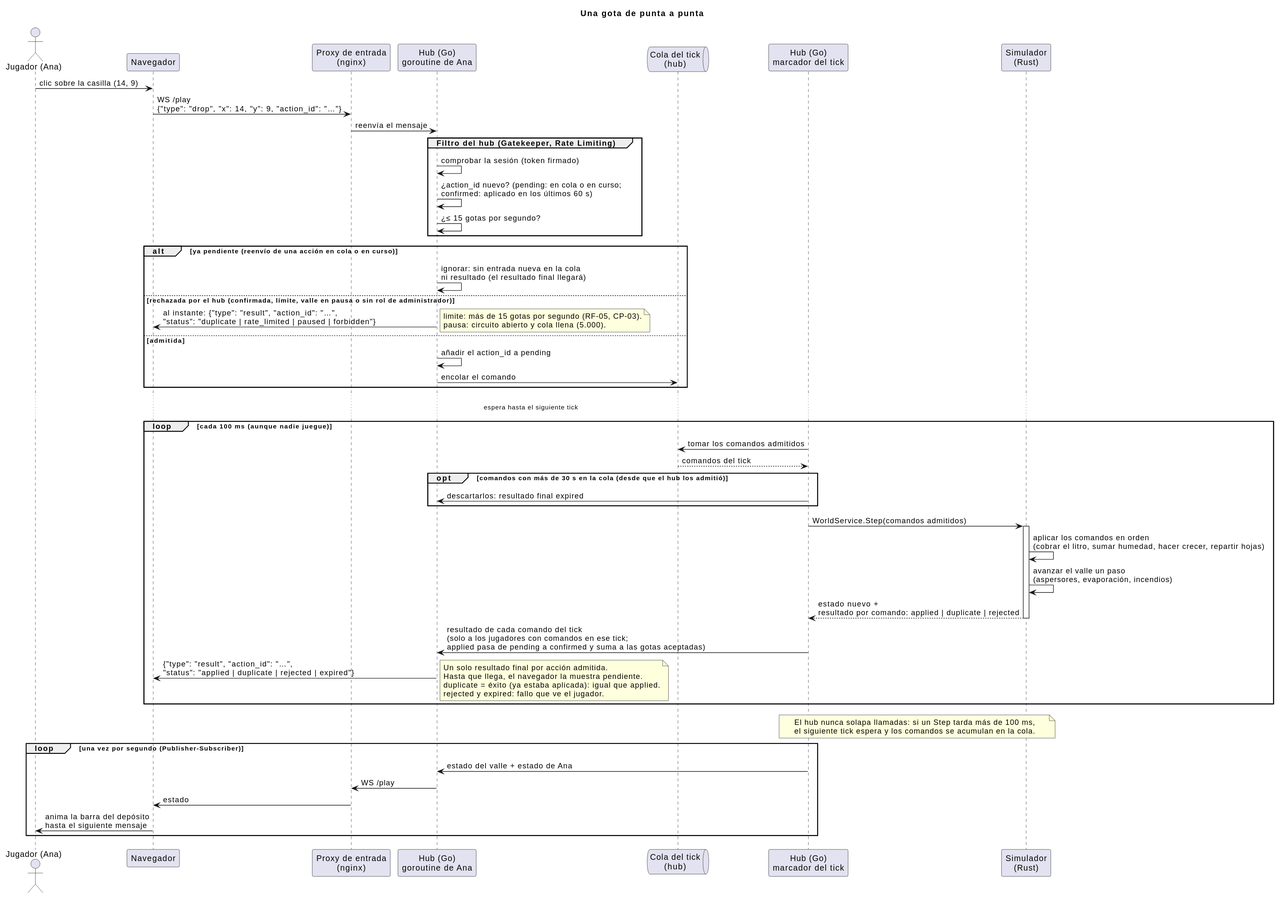
The PlantUML diagram docs/diagrams/03-secuencia-gota.svg in iadev2005/hydrovalley, before a commit.
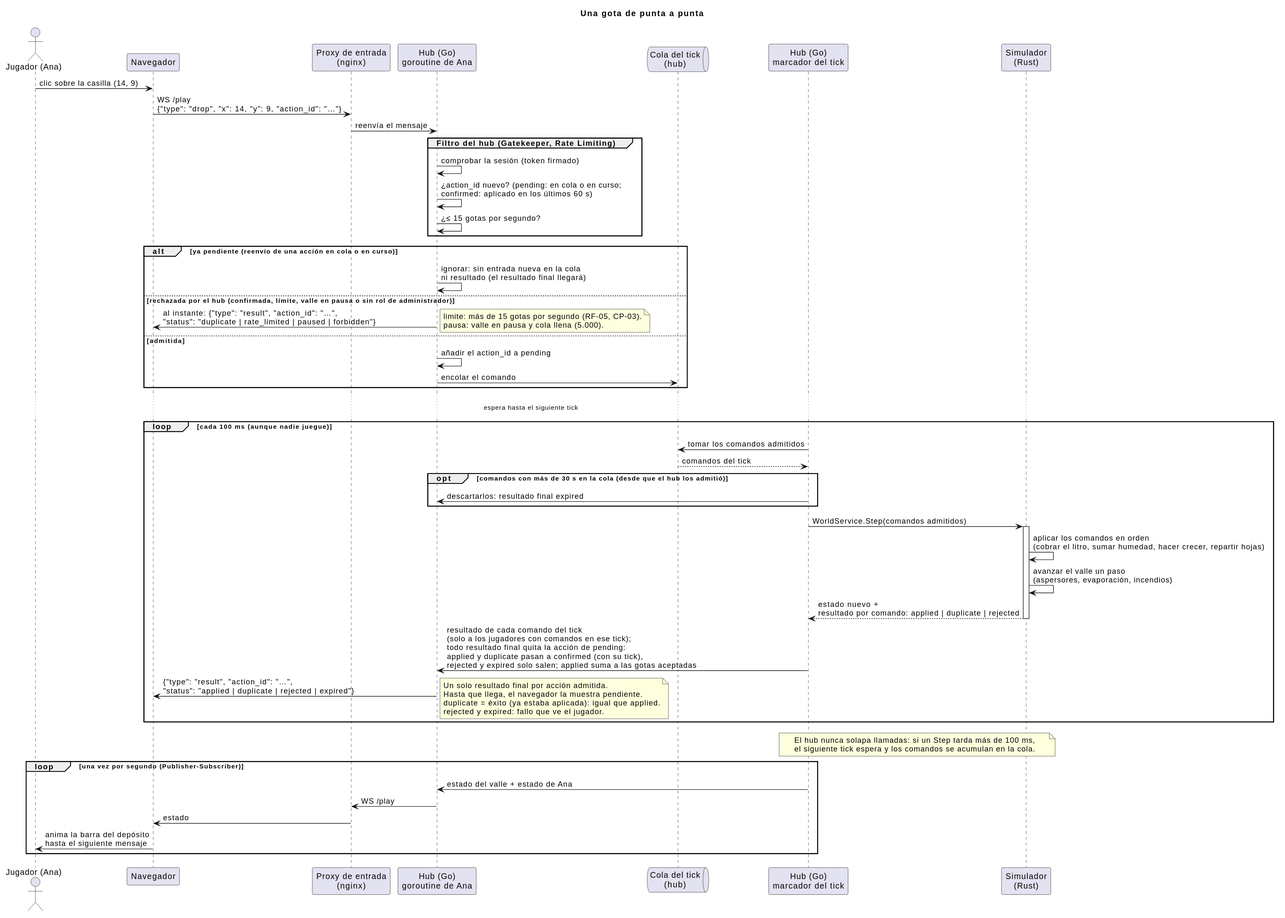
After the commit.

Diff of the diagram source:
```diff
@@ -25,7 +25,7 @@
   Goroutine -> Browser : al instante: {"type": "result", "action_id": "…",\n"status": "duplicate | rate_limited | paused | forbidden"}
   note right
     limite: más de 15 gotas por segundo (RF-05, CP-03).
-    pausa: circuito abierto y cola llena (5.000).
+    pausa: valle en pausa y cola llena (5.000).
   end note
 else admitida
   Goroutine -> Goroutine : añadir el action_id a pending
@@ -46,7 +46,7 @@
   World -> World : avanzar el valle un paso\n(aspersores, evaporación, incendios)
   World --> Ticker : estado nuevo +\nresultado por comando: applied | duplicate | rejected
   deactivate World
-  Ticker -> Goroutine : resultado de cada comando del tick\n(solo a los jugadores con comandos en ese tick;\napplied pasa de pending a confirmed y suma a las gotas aceptadas)
+  Ticker -> Goroutine : resultado de cada comando del tick\n(solo a los jugadores con comandos en ese tick);\ntodo resultado final quita la acción de pending:\napplied y duplicate pasan a confirmed (con su tick),\nrejected y expired solo salen; applied suma a las gotas aceptadas
   Goroutine -> Browser : {"type": "result", "action_id": "…",\n"status": "applied | duplicate | rejected | expired"}
   note right
     Un solo resultado final por acción admitida.
```
